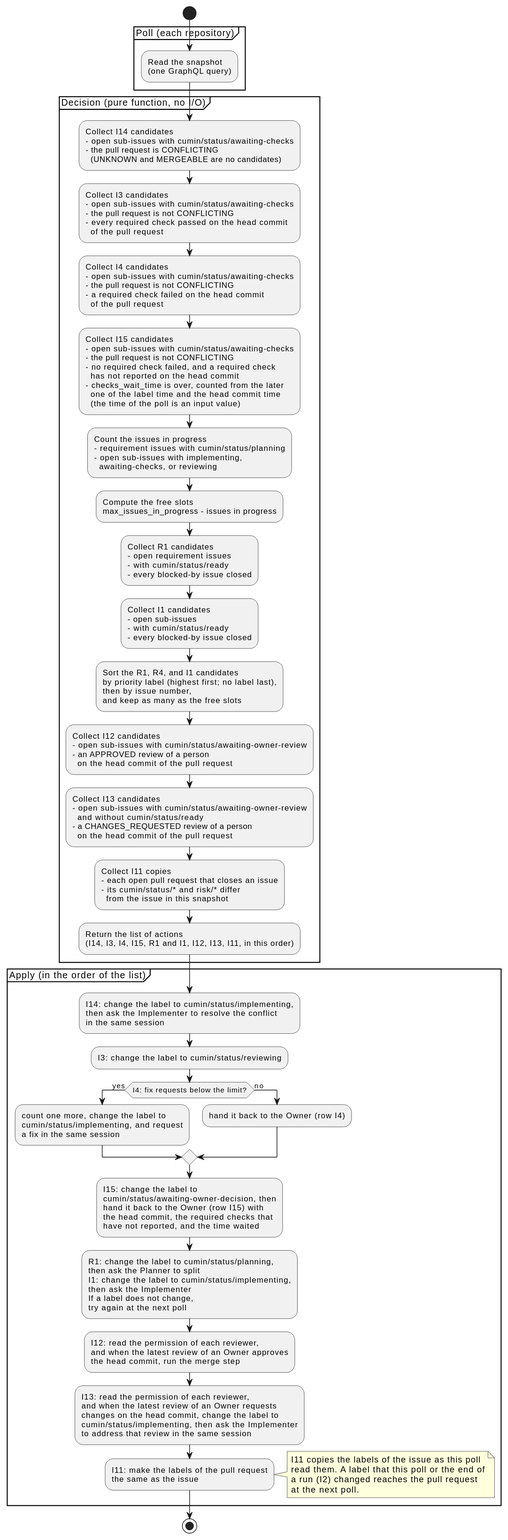
Earlier version of the PlantUML export docs/ja/designs/poll-decide.svg (cloveclovedev/cumin-works).
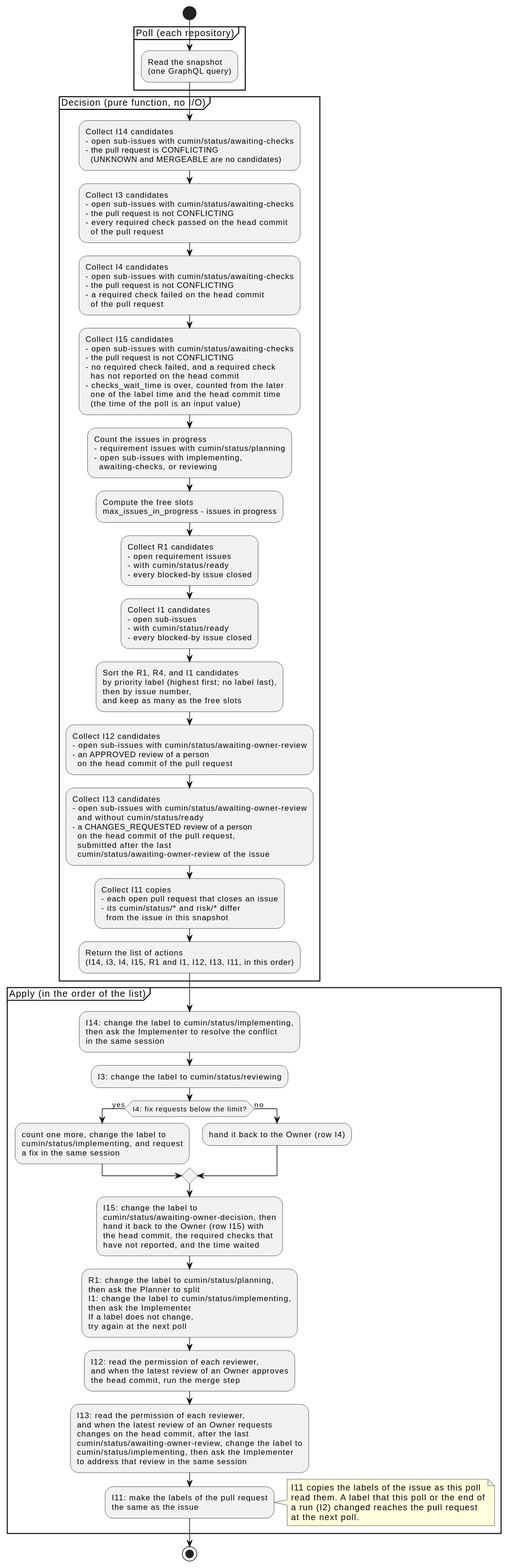
Above is the later version.

Commit message:
fix(workflow): send a pull request back once for each request for changes of the Owner (#429)

The edit, as a diff of the source:
```diff
@@ -56,7 +56,9 @@
   - open sub-issues with cumin/status/awaiting-owner-review
     and without cumin/status/ready
   - a CHANGES_REQUESTED review of a person
-    on the head commit of the pull request;
+    on the head commit of the pull request,
+    submitted after the last
+    cumin/status/awaiting-owner-review of the issue;
   :Collect I11 copies
   - each open pull request that closes an issue
   - its cumin/status/* and risk/* differ
@@ -92,7 +94,8 @@
   the head commit, run the merge step;
   :I13: read the permission of each reviewer,
   and when the latest review of an Owner requests
-  changes on the head commit, change the label to
+  changes on the head commit, after the last
+  cumin/status/awaiting-owner-review, change the label to
   cumin/status/implementing, then ask the Implementer
   to address that review in the same session;
   :I11: make the labels of the pull request
```
